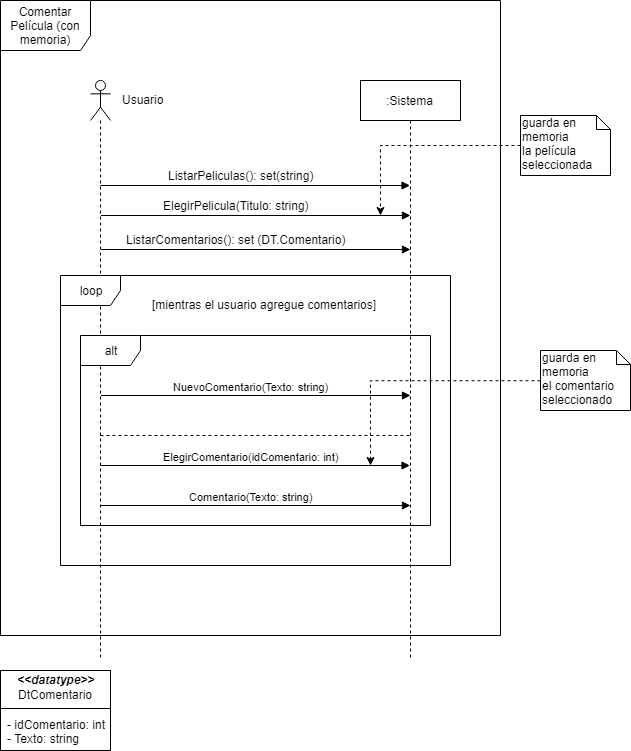
This is DSS_y_Contratos/ComentarPelicula.png from febentancor/ObligatorioPAV, a draw.io export, as it was before one commit. Source tidied: cells renumbered, new cells last; positions are measured from the earlier drawing's top-left corner, leaving out a move shared by most shapes. The source it was exported from:
```xml
<mxGraphModel>
  <root>
    <mxCell id="0" />
    <mxCell id="1" parent="0" />
    <mxCell id="2" value="Comentar Película (con memoria)" style="shape=umlFrame;whiteSpace=wrap;html=1;width=90;height=50;" parent="1" vertex="1">
      <mxGeometry width="500" height="635" as="geometry" />
    </mxCell>
    <mxCell id="3" style="shape=umlLifeline;participant=umlActor;perimeter=lifelinePerimeter;whiteSpace=wrap;html=1;verticalAlign=top;spacingTop=36;labelBackgroundColor=#ffffff;outlineConnect=0;" parent="1" vertex="1">
      <mxGeometry x="90" y="80" width="20" height="580" as="geometry" />
    </mxCell>
    <mxCell id="4" value=":Sistema" style="shape=umlLifeline;perimeter=lifelinePerimeter;whiteSpace=wrap;html=1;outlineConnect=0;" parent="1" vertex="1">
      <mxGeometry x="360" y="80" width="100" height="580" as="geometry" />
    </mxCell>
    <mxCell id="5" style="html=1;verticalAlign=bottom;endArrow=block;" parent="1" edge="1" source="3" target="4">
      <mxGeometry relative="1" as="geometry">
        <Array as="points">
          <mxPoint x="260" y="185" />
        </Array>
      </mxGeometry>
    </mxCell>
    <mxCell id="6" value="ListarPeliculas(): set(string)" style="text;html=1;align=center;verticalAlign=middle;labelBackgroundColor=#ffffff;" parent="5" vertex="1">
      <mxGeometry x="-0.17" y="3" relative="1" as="geometry">
        <mxPoint x="11.5" y="-7" as="offset" />
      </mxGeometry>
    </mxCell>
    <mxCell id="7" value="loop" style="shape=umlFrame;whiteSpace=wrap;html=1;" parent="1" vertex="1">
      <mxGeometry x="60" y="275" width="390" height="290" as="geometry" />
    </mxCell>
    <mxCell id="8" value="[mientras el usuario agregue comentarios]" style="text;html=1;align=left;verticalAlign=top;spacingTop=-4;" parent="1" vertex="1">
      <mxGeometry x="150" y="295" width="240" height="20" as="geometry" />
    </mxCell>
    <mxCell id="9" value="alt" style="shape=umlFrame;whiteSpace=wrap;html=1;" parent="1" vertex="1">
      <mxGeometry x="80" y="335" width="350" height="190" as="geometry" />
    </mxCell>
    <mxCell id="10" value="NuevoComentario(Texto: string)" style="html=1;verticalAlign=bottom;endArrow=block;" parent="1" edge="1">
      <mxGeometry x="-0.03" relative="1" as="geometry">
        <mxPoint x="100.5" y="395" as="sourcePoint" />
        <mxPoint x="410" y="395" as="targetPoint" />
      </mxGeometry>
    </mxCell>
    <mxCell id="11" style="edgeStyle=orthogonalEdgeStyle;rounded=0;jettySize=auto;html=1;dashed=1;" parent="1" edge="1" source="12">
      <mxGeometry relative="1" as="geometry">
        <mxPoint x="380" y="215" as="targetPoint" />
      </mxGeometry>
    </mxCell>
    <mxCell id="12" value="&lt;div&gt;guarda en &lt;br&gt;&lt;/div&gt;&lt;div&gt;memoria &lt;br&gt;&lt;/div&gt;&lt;div&gt;la película seleccionada&lt;/div&gt;" style="shape=note;whiteSpace=wrap;html=1;size=14;verticalAlign=top;align=left;spacingTop=-6;" parent="1" vertex="1">
      <mxGeometry x="520" y="115" width="90" height="60" as="geometry" />
    </mxCell>
    <mxCell id="13" style="edgeStyle=orthogonalEdgeStyle;rounded=0;jettySize=auto;html=1;dashed=1;" parent="1" edge="1" source="14">
      <mxGeometry relative="1" as="geometry">
        <mxPoint x="370" y="465" as="targetPoint" />
      </mxGeometry>
    </mxCell>
    <mxCell id="14" value="&lt;div&gt;guarda en &lt;br&gt;&lt;/div&gt;&lt;div&gt;memoria &lt;br&gt;&lt;/div&gt;&lt;div&gt;el comentario seleccionado&lt;br&gt;&lt;/div&gt;" style="shape=note;whiteSpace=wrap;html=1;size=14;verticalAlign=top;align=left;spacingTop=-6;" parent="1" vertex="1">
      <mxGeometry x="540" y="350" width="90" height="60" as="geometry" />
    </mxCell>
    <mxCell id="15" style="html=1;verticalAlign=bottom;endArrow=block;" parent="1" edge="1">
      <mxGeometry relative="1" as="geometry">
        <mxPoint x="100.5" y="215" as="sourcePoint" />
        <mxPoint x="410" y="215" as="targetPoint" />
      </mxGeometry>
    </mxCell>
    <mxCell id="16" value="ElegirPelicula(Titulo: string)" style="text;html=1;align=center;verticalAlign=middle;labelBackgroundColor=#ffffff;" parent="15" vertex="1">
      <mxGeometry x="-0.17" y="3" relative="1" as="geometry">
        <mxPoint x="6" y="-7" as="offset" />
      </mxGeometry>
    </mxCell>
    <mxCell id="17" style="html=1;verticalAlign=bottom;endArrow=block;" parent="1" edge="1">
      <mxGeometry relative="1" as="geometry">
        <mxPoint x="100.5" y="249" as="sourcePoint" />
        <mxPoint x="410" y="249" as="targetPoint" />
      </mxGeometry>
    </mxCell>
    <mxCell id="18" value="ListarComentarios(): set (DT.Comentario)" style="text;html=1;align=center;verticalAlign=middle;labelBackgroundColor=#ffffff;" parent="17" vertex="1">
      <mxGeometry x="-0.17" y="3" relative="1" as="geometry">
        <mxPoint x="6" y="-7" as="offset" />
      </mxGeometry>
    </mxCell>
    <mxCell id="19" style="endArrow=none;dashed=1;html=1;exitX=0.057;exitY=0.526;exitDx=0;exitDy=0;exitPerimeter=0;" parent="1" edge="1" source="9">
      <mxGeometry relative="1" as="geometry">
        <mxPoint x="410" y="435" as="targetPoint" />
        <Array as="points">
          <mxPoint x="255" y="435" />
        </Array>
      </mxGeometry>
    </mxCell>
    <mxCell id="20" value="ElegirComentario(idComentario: int)" style="html=1;verticalAlign=bottom;endArrow=block;" parent="1" edge="1">
      <mxGeometry x="-0.03" relative="1" as="geometry">
        <mxPoint x="100" y="465" as="sourcePoint" />
        <mxPoint x="409.5" y="465" as="targetPoint" />
      </mxGeometry>
    </mxCell>
    <mxCell id="21" value="Comentario(Texto: string)" style="html=1;verticalAlign=bottom;endArrow=block;" parent="1" edge="1">
      <mxGeometry x="-0.03" relative="1" as="geometry">
        <mxPoint x="100.5" y="505" as="sourcePoint" />
        <mxPoint x="410" y="505" as="targetPoint" />
      </mxGeometry>
    </mxCell>
    <mxCell id="22" value="Usuario" style="text;html=1;align=left;verticalAlign=top;spacingTop=-4;" parent="1" vertex="1">
      <mxGeometry x="120" y="90" width="60" height="20" as="geometry" />
    </mxCell>
    <mxCell id="23" style="shape=internalStorage;whiteSpace=wrap;html=1;backgroundOutline=1;dx=0;dy=38;" parent="1" vertex="1">
      <mxGeometry y="670" width="110" height="80" as="geometry" />
    </mxCell>
    <mxCell id="24" value="&lt;i&gt;&lt;b&gt;&amp;lt;&amp;lt;datatype&amp;gt;&amp;gt;&lt;/b&gt;&lt;/i&gt;" style="text;html=1;align=center;verticalAlign=top;spacingTop=-4;" parent="1" vertex="1">
      <mxGeometry x="10" y="670" width="90" height="20" as="geometry" />
    </mxCell>
    <mxCell id="25" value="DtComentario" style="text;html=1;align=center;verticalAlign=top;spacingTop=-4;" parent="1" vertex="1">
      <mxGeometry x="10" y="685" width="90" height="20" as="geometry" />
    </mxCell>
    <mxCell id="26" value="- idComentario: int&lt;br&gt;- Texto: string&lt;br&gt;" style="text;html=1;align=left;verticalAlign=top;spacingTop=-4;" parent="1" vertex="1">
      <mxGeometry x="5" y="715" width="110" height="30" as="geometry" />
    </mxCell>
  </root>
</mxGraphModel>
```
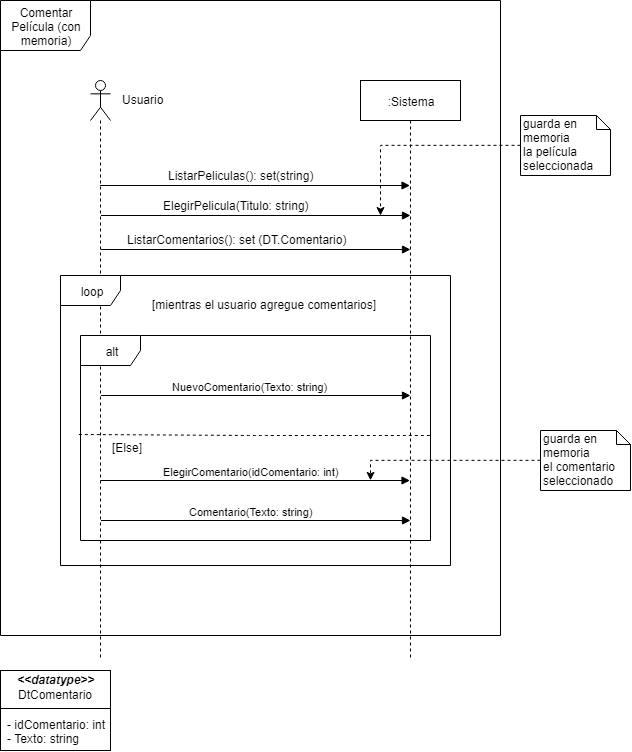
Above is the later version.

Diff of the diagram source:
```diff
@@ -30,7 +30,7 @@
       <mxGeometry x="150" y="295" width="240" height="20" as="geometry" />
     </mxCell>
     <mxCell id="9" value="alt" style="shape=umlFrame;whiteSpace=wrap;html=1;" parent="1" vertex="1">
-      <mxGeometry x="80" y="335" width="350" height="190" as="geometry" />
+      <mxGeometry x="80" y="335" width="350" height="205" as="geometry" />
     </mxCell>
     <mxCell id="10" value="NuevoComentario(Texto: string)" style="html=1;verticalAlign=bottom;endArrow=block;" parent="1" edge="1">
       <mxGeometry x="-0.03" relative="1" as="geometry">
@@ -48,11 +48,14 @@
     </mxCell>
     <mxCell id="13" style="edgeStyle=orthogonalEdgeStyle;rounded=0;jettySize=auto;html=1;dashed=1;" parent="1" edge="1" source="14">
       <mxGeometry relative="1" as="geometry">
-        <mxPoint x="370" y="465" as="targetPoint" />
+        <mxPoint x="370" y="480" as="targetPoint" />
+        <Array as="points">
+          <mxPoint x="370" y="460" />
+        </Array>
       </mxGeometry>
     </mxCell>
     <mxCell id="14" value="&lt;div&gt;guarda en &lt;br&gt;&lt;/div&gt;&lt;div&gt;memoria &lt;br&gt;&lt;/div&gt;&lt;div&gt;el comentario seleccionado&lt;br&gt;&lt;/div&gt;" style="shape=note;whiteSpace=wrap;html=1;size=14;verticalAlign=top;align=left;spacingTop=-6;" parent="1" vertex="1">
-      <mxGeometry x="540" y="350" width="90" height="60" as="geometry" />
+      <mxGeometry x="540" y="430" width="90" height="60" as="geometry" />
     </mxCell>
     <mxCell id="15" style="html=1;verticalAlign=bottom;endArrow=block;" parent="1" edge="1">
       <mxGeometry relative="1" as="geometry">
@@ -76,9 +79,9 @@
         <mxPoint x="6" y="-7" as="offset" />
       </mxGeometry>
     </mxCell>
-    <mxCell id="19" style="endArrow=none;dashed=1;html=1;exitX=0.057;exitY=0.526;exitDx=0;exitDy=0;exitPerimeter=0;" parent="1" edge="1" source="9">
+    <mxCell id="19" style="endArrow=none;dashed=1;html=1;exitX=-0.005;exitY=0.483;exitDx=0;exitDy=0;exitPerimeter=0;" parent="1" edge="1" source="9">
       <mxGeometry relative="1" as="geometry">
-        <mxPoint x="410" y="435" as="targetPoint" />
+        <mxPoint x="430" y="435" as="targetPoint" />
         <Array as="points">
           <mxPoint x="255" y="435" />
         </Array>
@@ -86,14 +89,14 @@
     </mxCell>
     <mxCell id="20" value="ElegirComentario(idComentario: int)" style="html=1;verticalAlign=bottom;endArrow=block;" parent="1" edge="1">
       <mxGeometry x="-0.03" relative="1" as="geometry">
-        <mxPoint x="100" y="465" as="sourcePoint" />
-        <mxPoint x="409.5" y="465" as="targetPoint" />
+        <mxPoint x="100" y="480" as="sourcePoint" />
+        <mxPoint x="409.5" y="480" as="targetPoint" />
       </mxGeometry>
     </mxCell>
     <mxCell id="21" value="Comentario(Texto: string)" style="html=1;verticalAlign=bottom;endArrow=block;" parent="1" edge="1">
       <mxGeometry x="-0.03" relative="1" as="geometry">
-        <mxPoint x="100.5" y="505" as="sourcePoint" />
-        <mxPoint x="410" y="505" as="targetPoint" />
+        <mxPoint x="100.5" y="520" as="sourcePoint" />
+        <mxPoint x="410" y="520" as="targetPoint" />
       </mxGeometry>
     </mxCell>
     <mxCell id="22" value="Usuario" style="text;html=1;align=left;verticalAlign=top;spacingTop=-4;" parent="1" vertex="1">
@@ -111,5 +114,8 @@
     <mxCell id="26" value="- idComentario: int&lt;br&gt;- Texto: string&lt;br&gt;" style="text;html=1;align=left;verticalAlign=top;spacingTop=-4;" parent="1" vertex="1">
       <mxGeometry x="5" y="715" width="110" height="30" as="geometry" />
     </mxCell>
+    <mxCell id="27" value="[Else]" style="text;html=1;align=left;verticalAlign=top;spacingTop=-4;" parent="1" vertex="1">
+      <mxGeometry x="110" y="437.5" width="50" height="20" as="geometry" />
+    </mxCell>
   </root>
 </mxGraphModel>
```
